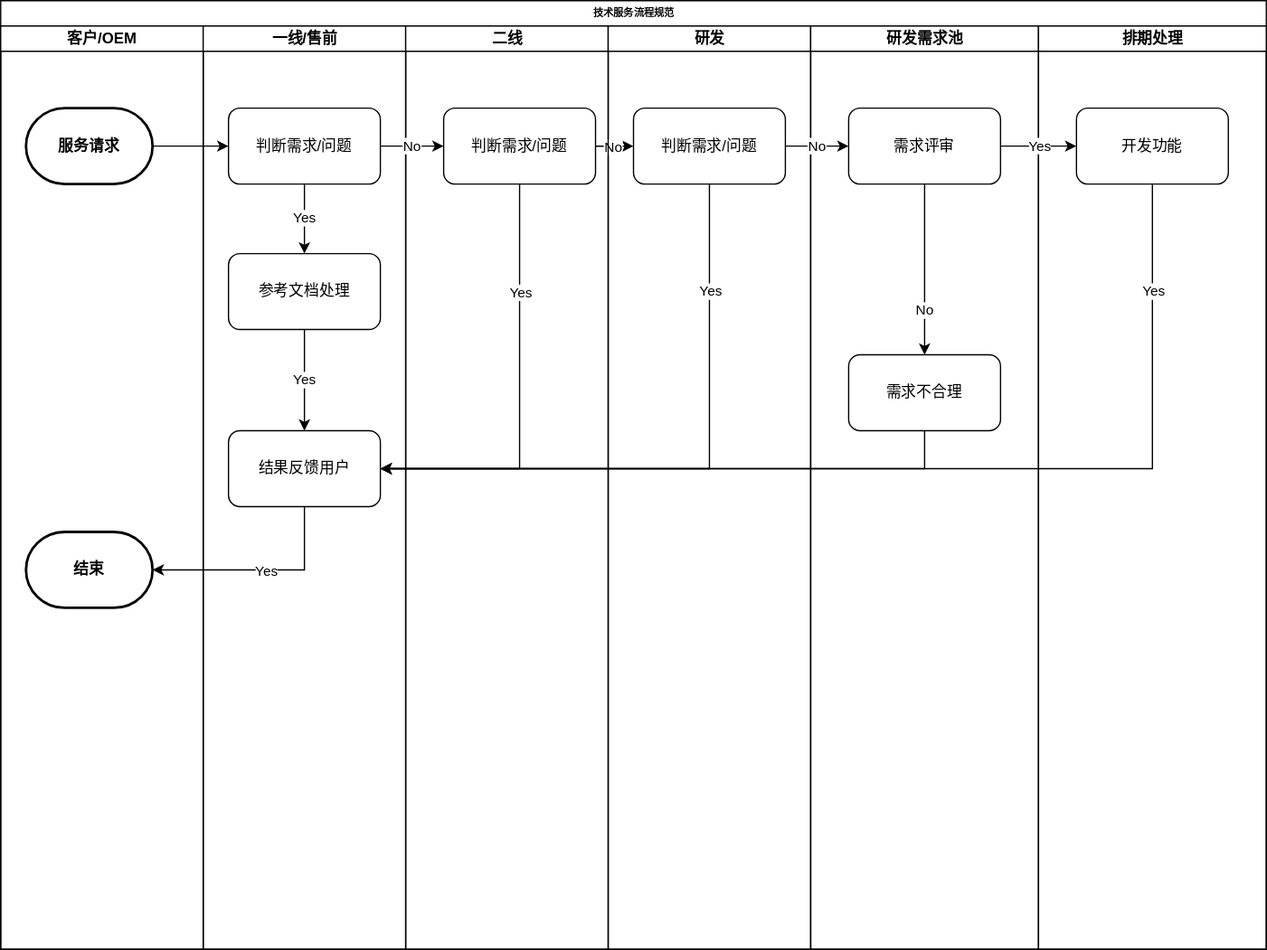
Before: 流程规范及制度.drawio.svg, a diagram exported from draw.io (lawesen/lcgfzd). Source tidied: cells renumbered, new cells last; positions are measured from the earlier drawing's top-left corner, leaving out a move shared by most shapes.
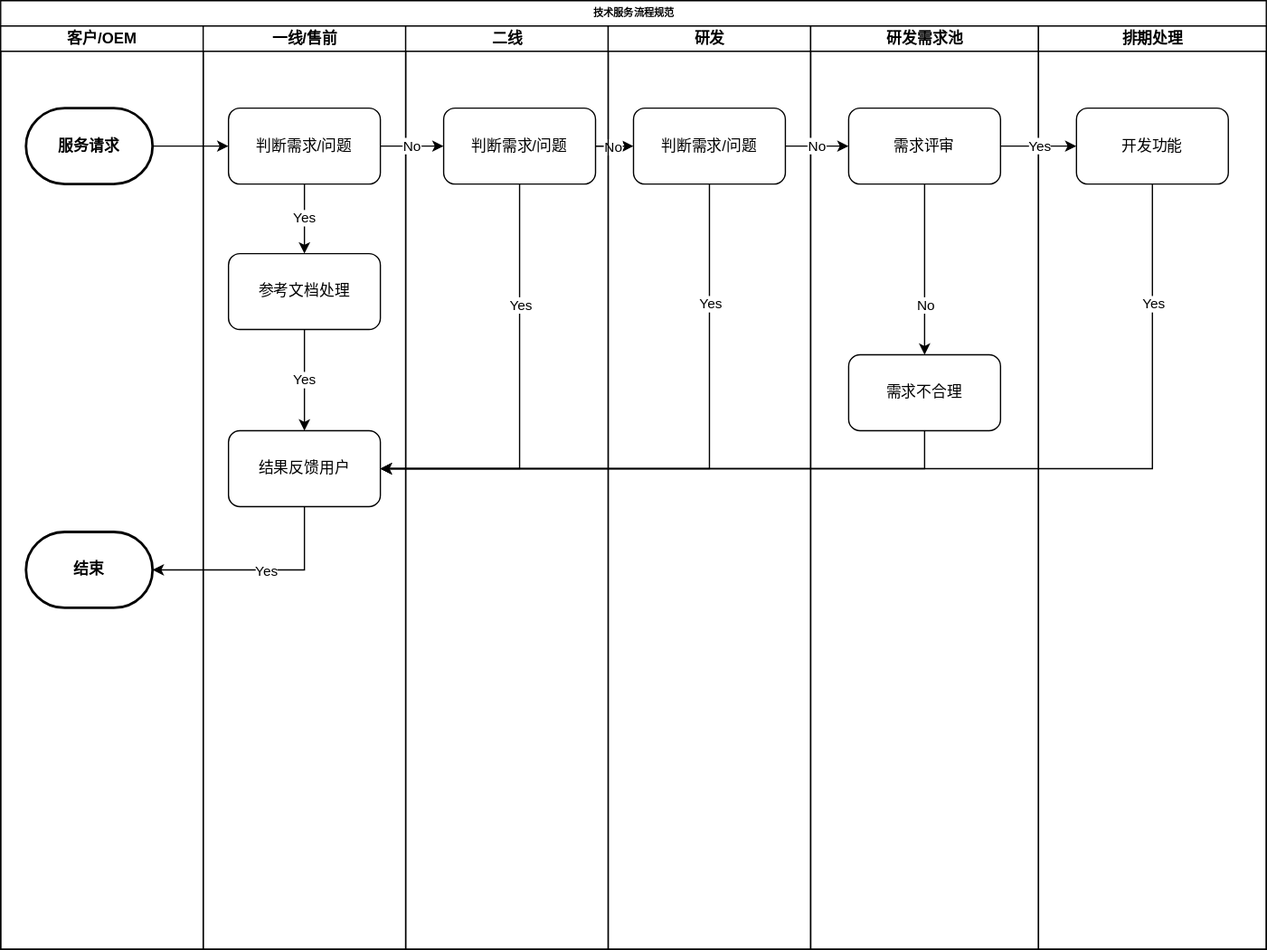
The same diagram one commit later.

Commit message:
更新流程规范及制度.drawio.svg

Diff of the diagram source:
```diff
@@ -49,7 +49,7 @@
     </mxCell>
     <mxCell id="17" value="Yes" style="edgeLabel;html=1;align=center;verticalAlign=middle;" parent="16" vertex="1">
       <mxGeometry x="-0.79" relative="1" as="geometry">
-        <mxPoint y="51" as="offset" />
+        <mxPoint y="61" as="offset" />
       </mxGeometry>
     </mxCell>
     <mxCell id="18" style="edgeStyle=orthogonalEdgeStyle;rounded=0;jettySize=auto;html=1;" parent="2" edge="1" source="13" target="29">
@@ -63,7 +63,7 @@
     </mxCell>
     <mxCell id="21" value="Yes" style="edgeLabel;html=1;align=center;verticalAlign=middle;" parent="20" vertex="1">
       <mxGeometry x="-0.87" y="2" relative="1" as="geometry">
-        <mxPoint x="-2" y="53" as="offset" />
+        <mxPoint x="-2" y="63" as="offset" />
       </mxGeometry>
     </mxCell>
     <mxCell id="22" style="edgeStyle=orthogonalEdgeStyle;rounded=0;jettySize=auto;html=1;exitX=0.5;exitY=1;exitDx=0;exitDy=0;entryX=1;entryY=0.5;entryDx=0;entryDy=0;" parent="2" edge="1" source="35" target="11">
@@ -71,7 +71,7 @@
     </mxCell>
     <mxCell id="23" value="Yes" style="edgeLabel;html=1;align=center;verticalAlign=middle;" parent="22" vertex="1">
       <mxGeometry x="-0.86" y="4" relative="1" as="geometry">
-        <mxPoint x="-4" y="26" as="offset" />
+        <mxPoint x="-4" y="36" as="offset" />
       </mxGeometry>
     </mxCell>
     <mxCell id="24" style="edgeStyle=orthogonalEdgeStyle;rounded=0;jettySize=auto;html=1;exitX=0.5;exitY=1;exitDx=0;exitDy=0;entryX=1;entryY=0.5;entryDx=0;entryDy=0;entryPerimeter=0;" parent="2" edge="1" source="11" target="5">
@@ -97,15 +97,20 @@
     <mxCell id="30" value="研发需求池" style="swimlane;html=1;startSize=20;" parent="27" vertex="1">
       <mxGeometry x="160" width="180" height="730" as="geometry" />
     </mxCell>
+    <mxCell id="38" style="edgeStyle=orthogonalEdgeStyle;rounded=0;jettySize=auto;html=1;exitX=0.5;exitY=1;exitDx=0;exitDy=0;" parent="30" edge="1" source="31" target="32">
+      <mxGeometry relative="1" as="geometry" />
+    </mxCell>
+    <mxCell id="33" value="No" style="edgeLabel;html=1;align=center;verticalAlign=middle;" parent="38" vertex="1">
+      <mxGeometry x="-0.26" y="-1" relative="1" as="geometry">
+        <mxPoint x="1" y="46" as="offset" />
+      </mxGeometry>
+    </mxCell>
     <mxCell id="31" value="需求评审" style="whiteSpace=wrap;html=1;rounded=1;" parent="30" vertex="1">
       <mxGeometry x="30" y="65" width="120" height="60" as="geometry" />
     </mxCell>
     <mxCell id="32" value="需求不合理" style="whiteSpace=wrap;html=1;rounded=1;" parent="30" vertex="1">
       <mxGeometry x="30" y="260" width="120" height="60" as="geometry" />
     </mxCell>
-    <mxCell id="33" value="No" style="edgeStyle=orthogonalEdgeStyle;rounded=0;jettySize=auto;html=1;" parent="30" edge="1" source="31" target="32">
-      <mxGeometry x="0.48" relative="1" as="geometry" />
-    </mxCell>
     <mxCell id="34" value="排期处理" style="swimlane;html=1;startSize=20;" parent="27" vertex="1">
       <mxGeometry x="340" width="180" height="730" as="geometry" />
     </mxCell>
```
